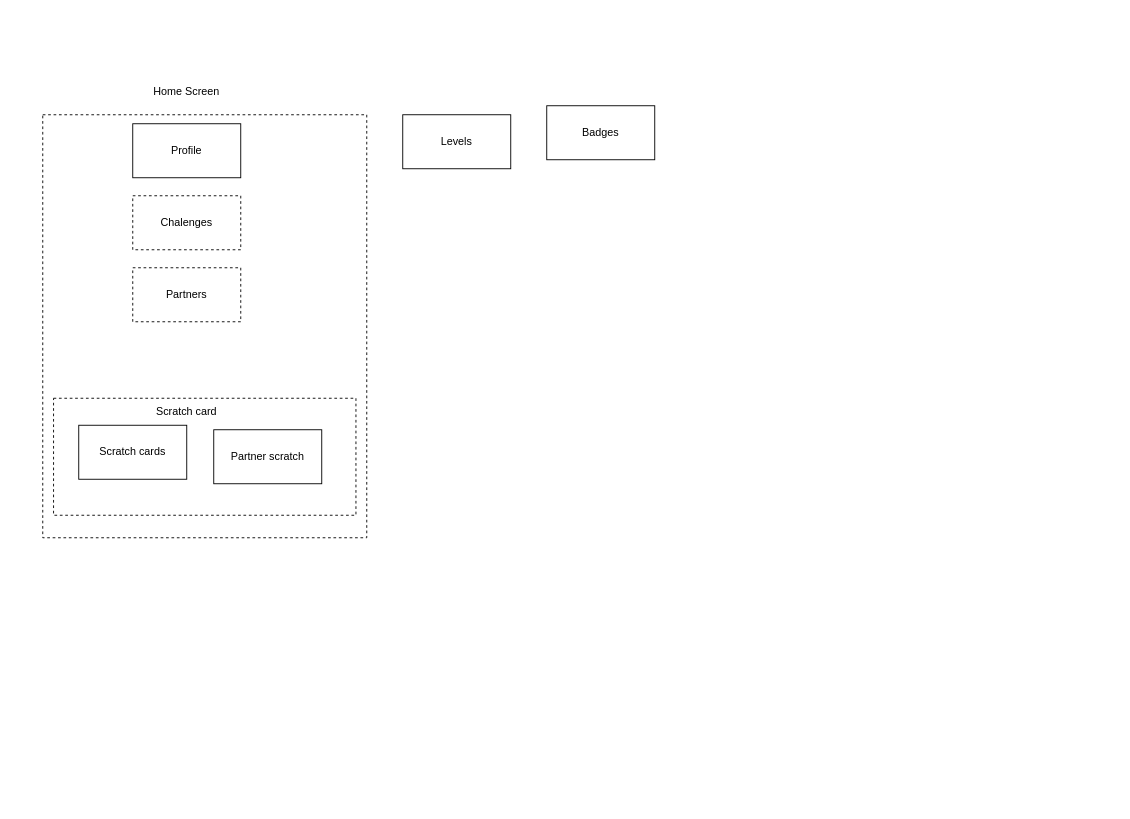
Earlier version of the draw.io diagram image/Untitled Diagram.drawio (jawad-ext/Dater). Source tidied: cells renumbered, new cells numbered last; positions are measured from the earlier drawing's top-left corner, leaving out a move shared by most shapes. Both pictures are drawn from the tidied source at 90%, with x=0, y=0 at pixel (42, 78).
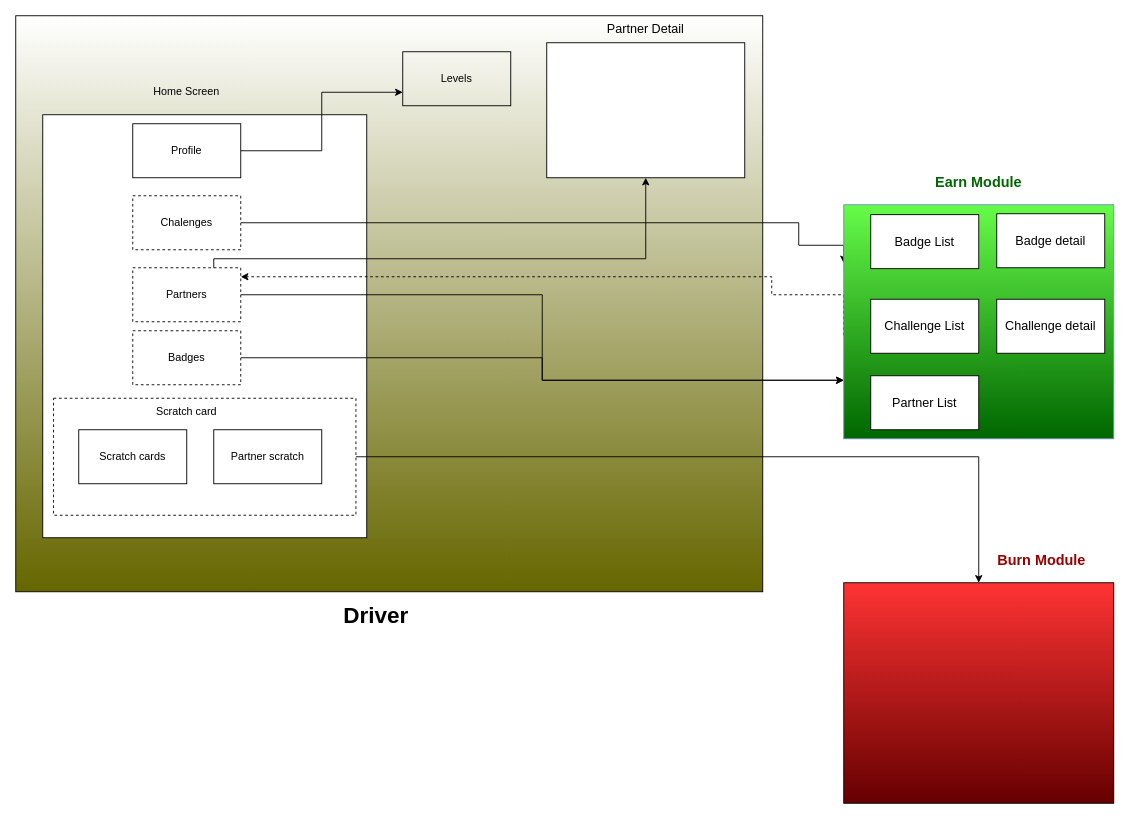
The same diagram, later.

The change refers to these unchanged cells:
```xml
<mxCell id="3" value="Profile" style="rounded=0;whiteSpace=wrap;html=1;" parent="1" vertex="1">
  <mxGeometry x="100" y="50" width="120" height="60" as="geometry" />
</mxCell>
<mxCell id="4" value="Chalenges" style="rounded=0;whiteSpace=wrap;html=1;dashed=1;" parent="1" vertex="1">
  <mxGeometry x="100" y="130" width="120" height="60" as="geometry" />
</mxCell>
<mxCell id="12" value="Partners" style="rounded=0;whiteSpace=wrap;html=1;dashed=1;fillColor=none;" parent="1" vertex="1">
  <mxGeometry x="100" y="210" width="120" height="60" as="geometry" />
</mxCell>
```

The edit, as a diff of the source:
```diff
@@
+    <mxCell id="13" style="rounded=0;whiteSpace=wrap;html=1;fontSize=16;fontColor=#990000;fillColor=default;gradientColor=#666600;" parent="1" vertex="1">
+      <mxGeometry x="-30" y="-70" width="830" height="640" as="geometry" />
+    </mxCell>
-    <mxCell id="2" style="rounded=0;whiteSpace=wrap;html=1;dashed=1;" parent="1" vertex="1">
+    <mxCell id="2" style="rounded=0;whiteSpace=wrap;html=1;" parent="1" vertex="1">
       <mxGeometry y="40" width="360" height="470" as="geometry" />
     </mxCell>
+    <mxCell id="14" style="edgeStyle=orthogonalEdgeStyle;rounded=0;jettySize=auto;html=1;entryX=0;entryY=0.75;entryDx=0;entryDy=0;fontSize=16;fontColor=#006600;" parent="1" edge="1" source="3" target="11">
+      <mxGeometry relative="1" as="geometry" />
+    </mxCell>
@@
+    <mxCell id="15" style="edgeStyle=orthogonalEdgeStyle;rounded=0;jettySize=auto;html=1;entryX=0;entryY=0.25;entryDx=0;entryDy=0;fontSize=16;fontColor=#006600;" parent="1" edge="1" source="4" target="21">
+      <mxGeometry relative="1" as="geometry">
+        <Array as="points">
+          <mxPoint x="840" y="160" />
+          <mxPoint x="840" y="185" />
+        </Array>
+      </mxGeometry>
+    </mxCell>
@@
+    <mxCell id="16" style="edgeStyle=orthogonalEdgeStyle;rounded=0;jettySize=auto;html=1;fontSize=14;fontColor=#000000;entryX=0;entryY=0.75;entryDx=0;entryDy=0;" parent="1" edge="1" source="5" target="21">
+      <mxGeometry relative="1" as="geometry" />
+    </mxCell>
-    <mxCell id="5" value="Badges" style="rounded=0;whiteSpace=wrap;html=1;" parent="1" vertex="1">
-      <mxGeometry x="560" y="30" width="120" height="60" as="geometry" />
+    <mxCell id="5" value="Badges" style="rounded=0;whiteSpace=wrap;html=1;dashed=1;" parent="1" vertex="1">
+      <mxGeometry x="100" y="280" width="120" height="60" as="geometry" />
     </mxCell>
+    <mxCell id="17" style="edgeStyle=orthogonalEdgeStyle;rounded=0;jettySize=auto;html=1;fontSize=16;fontColor=#FFF4F0;" parent="1" edge="1" source="7" target="22">
+      <mxGeometry relative="1" as="geometry" />
+    </mxCell>
+    <mxCell id="7" style="rounded=0;whiteSpace=wrap;html=1;fillColor=none;dashed=1;" parent="1" vertex="1">
+      <mxGeometry x="12" y="355" width="336" height="130" as="geometry" />
+    </mxCell>
     <mxCell id="6" value="Scratch cards" style="rounded=0;whiteSpace=wrap;html=1;" parent="1" vertex="1">
-      <mxGeometry x="40" y="385" width="120" height="60" as="geometry" />
+      <mxGeometry x="40" y="390" width="120" height="60" as="geometry" />
     </mxCell>
-    <mxCell id="7" style="rounded=0;whiteSpace=wrap;html=1;fillColor=none;dashed=1;" parent="1" vertex="1">
-      <mxGeometry x="12" y="355" width="336" height="130" as="geometry" />
-    </mxCell>
@@
     <mxCell id="11" value="Levels" style="rounded=0;whiteSpace=wrap;html=1;fillColor=none;" parent="1" vertex="1">
-      <mxGeometry x="400" y="40" width="120" height="60" as="geometry" />
+      <mxGeometry x="400" y="-30" width="120" height="60" as="geometry" />
     </mxCell>
+    <mxCell id="18" style="edgeStyle=orthogonalEdgeStyle;rounded=0;jettySize=auto;html=1;exitX=1;exitY=0.5;exitDx=0;exitDy=0;entryX=0;entryY=0.75;entryDx=0;entryDy=0;fontSize=16;fontColor=#006600;" parent="1" edge="1" source="12" target="21">
+      <mxGeometry relative="1" as="geometry" />
+    </mxCell>
+    <mxCell id="19" style="edgeStyle=orthogonalEdgeStyle;rounded=0;jettySize=auto;html=1;exitX=0.75;exitY=0;exitDx=0;exitDy=0;fontSize=14;fontColor=#000000;" parent="1" edge="1" source="12" target="27">
+      <mxGeometry relative="1" as="geometry">
+        <Array as="points">
+          <mxPoint x="190" y="200" />
+          <mxPoint x="670" y="200" />
+        </Array>
+      </mxGeometry>
+    </mxCell>
@@
+    <mxCell id="20" style="edgeStyle=orthogonalEdgeStyle;rounded=0;jettySize=auto;html=1;fontSize=16;fontColor=#006600;dashed=1;exitX=-0.001;exitY=0.558;exitDx=0;exitDy=0;exitPerimeter=0;" parent="1" edge="1" source="21">
+      <mxGeometry relative="1" as="geometry">
+        <mxPoint x="220" y="220" as="targetPoint" />
+        <Array as="points">
+          <mxPoint x="810" y="240" />
+          <mxPoint x="810" y="220" />
+          <mxPoint x="220" y="220" />
+        </Array>
+      </mxGeometry>
+    </mxCell>
+    <mxCell id="21" style="rounded=0;whiteSpace=wrap;html=1;fillColor=#67FC49;strokeColor=#6c8ebf;gradientColor=#006600;" parent="1" vertex="1">
+      <mxGeometry x="890" y="140" width="300" height="260" as="geometry" />
+    </mxCell>
+    <mxCell id="22" style="rounded=0;whiteSpace=wrap;html=1;fontSize=16;fontColor=#FFF4F0;fillColor=#FF3333;gradientColor=#660000;" parent="1" vertex="1">
+      <mxGeometry x="890" y="560" width="300" height="245" as="geometry" />
+    </mxCell>
+    <mxCell id="23" value="&lt;b&gt;&lt;font color=&quot;#006600&quot;&gt;Earn Module&lt;/font&gt;&lt;/b&gt;" style="text;html=1;strokeColor=none;fillColor=none;align=center;verticalAlign=middle;whiteSpace=wrap;rounded=0;fontSize=16;fontColor=#FFF4F0;" parent="1" vertex="1">
+      <mxGeometry x="980" y="100" width="120" height="30" as="geometry" />
+    </mxCell>
+    <mxCell id="24" value="&lt;b style=&quot;caret-color: rgb(255, 244, 240);&quot;&gt;&lt;font color=&quot;#990000&quot;&gt;Burn Module&lt;/font&gt;&lt;/b&gt;" style="text;html=1;strokeColor=none;fillColor=none;align=center;verticalAlign=middle;whiteSpace=wrap;rounded=0;fontSize=16;fontColor=#006600;" parent="1" vertex="1">
+      <mxGeometry x="1050" y="520" width="120" height="30" as="geometry" />
+    </mxCell>
+    <mxCell id="25" value="&lt;font size=&quot;1&quot; color=&quot;#000000&quot;&gt;&lt;b style=&quot;font-size: 25px;&quot;&gt;Driver&amp;nbsp;&lt;/b&gt;&lt;/font&gt;" style="text;html=1;strokeColor=none;fillColor=none;align=center;verticalAlign=middle;whiteSpace=wrap;rounded=0;fontSize=16;fontColor=#990000;" parent="1" vertex="1">
+      <mxGeometry x="279" y="580" width="190" height="30" as="geometry" />
+    </mxCell>
+    <mxCell id="26" value="Badge detail" style="rounded=0;whiteSpace=wrap;html=1;fontSize=14;fontColor=#000000;fillColor=default;gradientColor=none;" parent="1" vertex="1">
+      <mxGeometry x="1060" y="150" width="120" height="60" as="geometry" />
+    </mxCell>
+    <mxCell id="27" style="rounded=0;whiteSpace=wrap;html=1;fontSize=14;fontColor=#000000;fillColor=default;gradientColor=none;" parent="1" vertex="1">
+      <mxGeometry x="560" y="-40" width="220" height="150" as="geometry" />
+    </mxCell>
+    <mxCell id="28" value="Partner Detail" style="text;html=1;strokeColor=none;fillColor=none;align=center;verticalAlign=middle;whiteSpace=wrap;rounded=0;fontSize=14;fontColor=#000000;" parent="1" vertex="1">
+      <mxGeometry x="620" y="-70" width="100" height="30" as="geometry" />
+    </mxCell>
+    <mxCell id="29" value="Challenge detail" style="rounded=0;whiteSpace=wrap;html=1;fontSize=14;fontColor=#000000;fillColor=default;gradientColor=none;" parent="1" vertex="1">
+      <mxGeometry x="1060" y="245" width="120" height="60" as="geometry" />
+    </mxCell>
+    <mxCell id="30" value="Challenge List" style="rounded=0;whiteSpace=wrap;html=1;fontSize=14;fontColor=#000000;fillColor=default;gradientColor=none;" parent="1" vertex="1">
+      <mxGeometry x="920" y="245" width="120" height="60" as="geometry" />
+    </mxCell>
+    <mxCell id="31" value="Badge List" style="rounded=0;whiteSpace=wrap;html=1;fontSize=14;fontColor=#000000;fillColor=default;gradientColor=none;" parent="1" vertex="1">
+      <mxGeometry x="920" y="151" width="120" height="60" as="geometry" />
+    </mxCell>
+    <mxCell id="32" value="Partner List" style="rounded=0;whiteSpace=wrap;html=1;fontSize=14;fontColor=#000000;fillColor=default;gradientColor=none;" parent="1" vertex="1">
+      <mxGeometry x="920" y="330" width="120" height="60" as="geometry" />
+    </mxCell>
```
